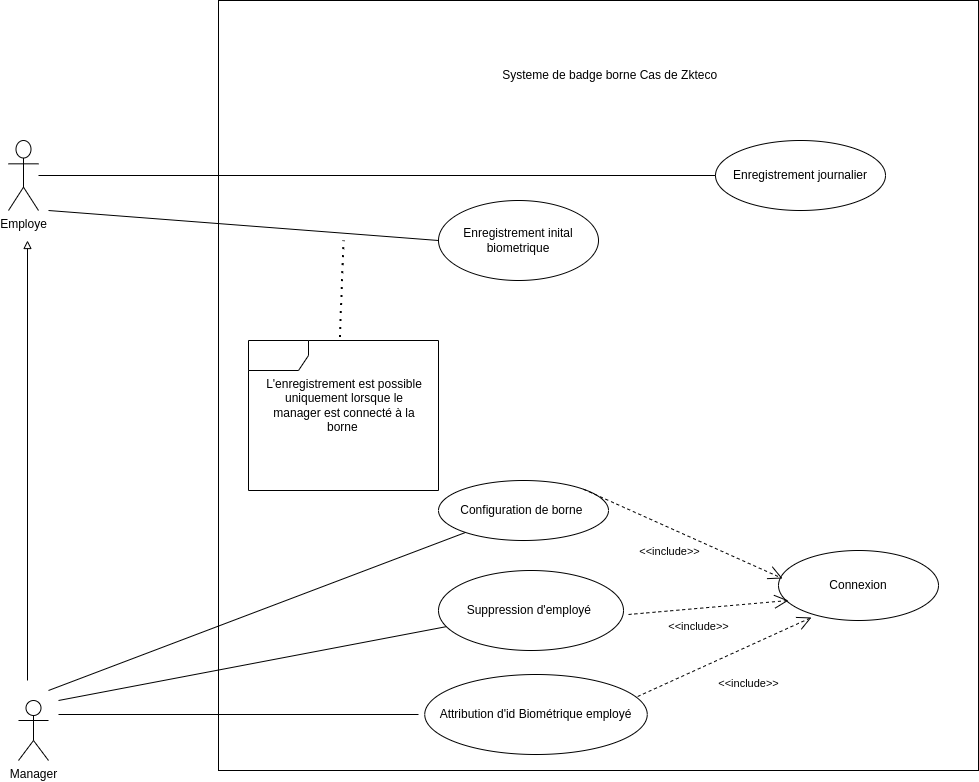
Above: static/UsecaseZkteco.drawio.png in Siluearsene/borne_biometrique (draw.io), before the change. Source tidied: cells renumbered, new cells last; positions are measured from the earlier drawing's top-left corner, leaving out a move shared by most shapes.
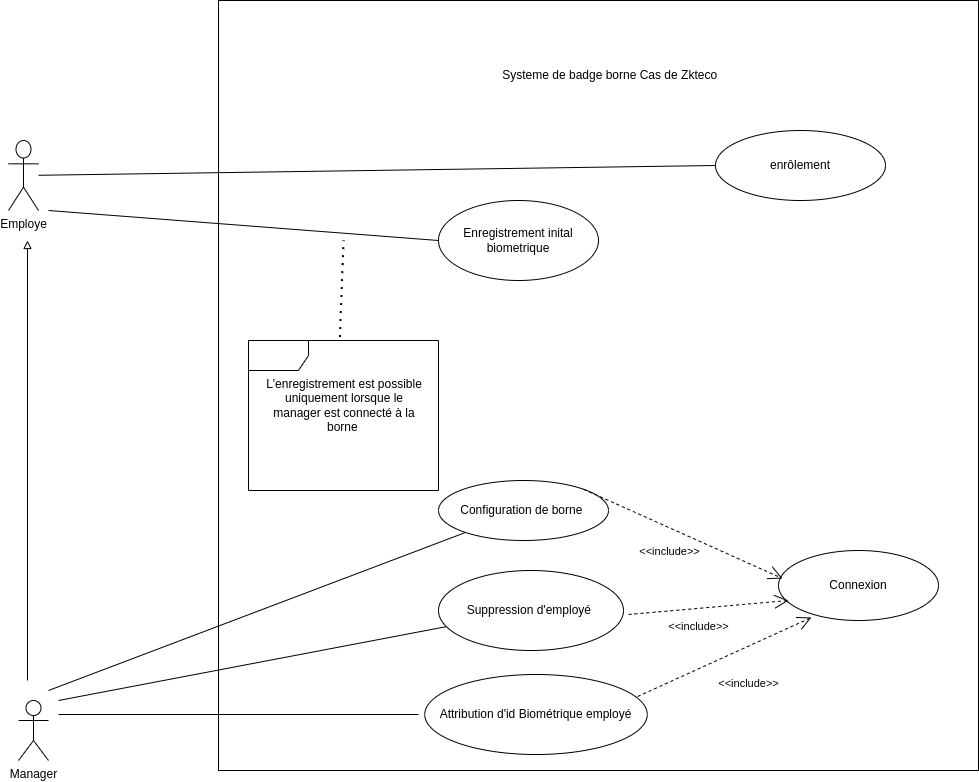
After the change.

Commit message:
Mettre à jour UsecaseZkteco.drawio.png

Diff of the diagram source:
```diff
@@ -86,8 +86,8 @@
         <mxPoint x="-6" y="19" as="offset" />
       </mxGeometry>
     </mxCell>
-    <mxCell id="24" value="Enregistrement journalier" style="ellipse;whiteSpace=wrap;html=1;" parent="1" vertex="1">
-      <mxGeometry x="707" y="140" width="170" height="70" as="geometry" />
+    <mxCell id="24" value="enrôlement" style="ellipse;whiteSpace=wrap;html=1;" parent="1" vertex="1">
+      <mxGeometry x="707" y="130" width="170" height="70" as="geometry" />
     </mxCell>
     <mxCell id="25" style="endArrow=none;html=1;rounded=0;entryX=0;entryY=0.5;entryDx=0;entryDy=0;" parent="1" edge="1" source="2" target="24">
       <mxGeometry relative="1" as="geometry" />
```
